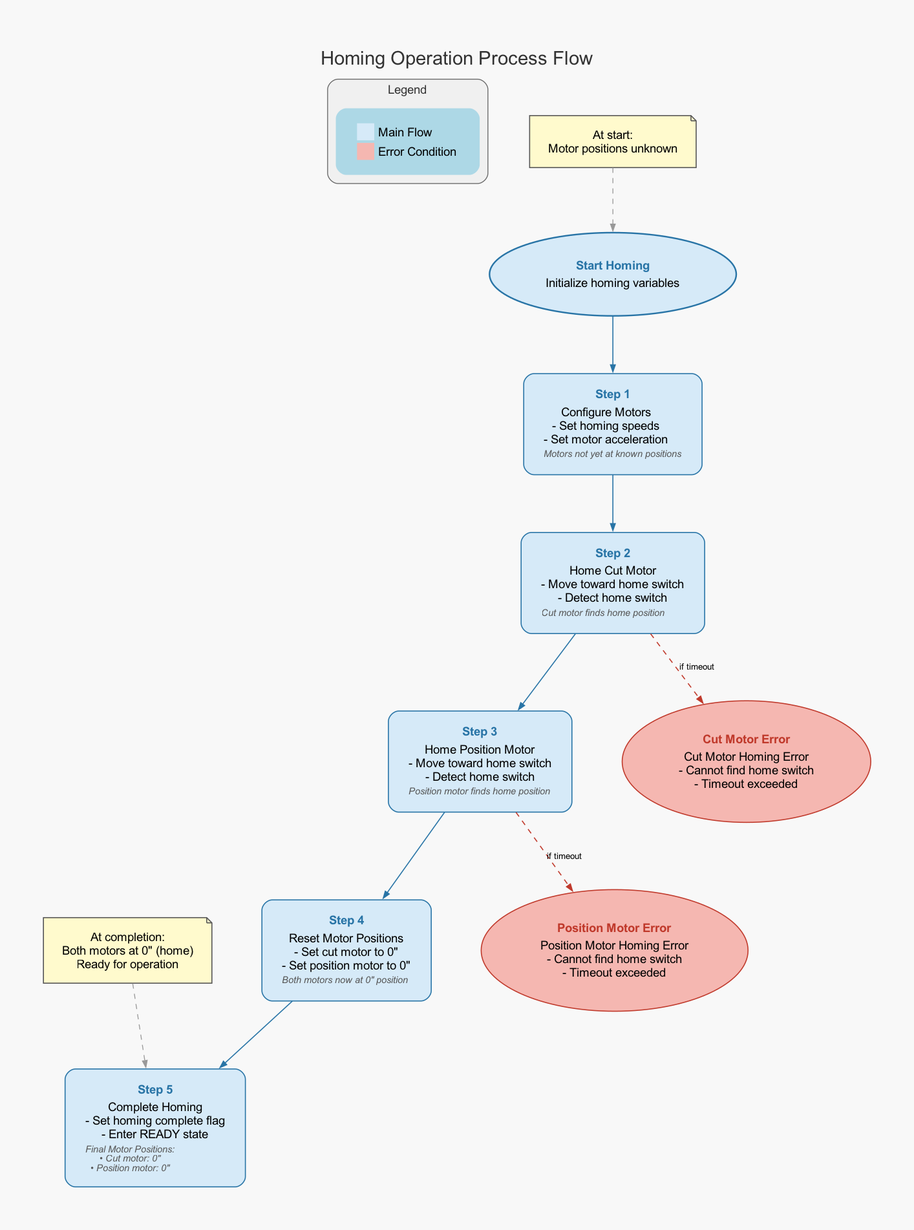
This is flowcharts/homing_process.png from akivaweil/Stage-1-Mar25, a Graphviz export, as it was before one commit. Its source is kept beside it as flowcharts/homing_process.dot. Its diagram source:
```dot
digraph homing_process {
    graph [fontname="Arial", rankdir="TB", splines="polyline", overlap=false, nodesep=0.8, ranksep=0.9, pad=0.7, label="Homing Operation Process Flow", fontsize=22, labelloc="t", bgcolor="#F8F8F8", fontcolor="#333333"];
    node [shape="box", style="rounded,filled", fillcolor="lightblue", fontname="Arial", margin="0.3,0.2", color="#555555", penwidth=1.2];
    edge [fontname="Arial", fontsize=10, color="#777777", penwidth=1.0, arrowsize=0.8];

    subgraph cluster_legend {
        label="Legend";
        style="rounded,filled";
        color="#666666";
        fillcolor="#F0F0F0";
        fontsize=14;
        margin=10;
        rank="sink";

        legend_node [shape=none, label=<<table border="0" cellborder="0" cellspacing="3">
            <tr><td port="main" bgcolor="#D6EAF8" width="20" height="12"></td><td align="left">Main Flow</td></tr>
            <tr><td port="error" bgcolor="#F5B7B1" width="20" height="12"></td><td align="left">Error Condition</td></tr>
        </table>>];
    }

    start [label=<<table border="0" cellborder="0" cellspacing="0"><tr><td><font color="#2874A6" point-size="14"><b>Start Homing</b></font></td></tr><tr><td>Initialize homing variables</td></tr></table>>, shape="oval", fillcolor="#D6EAF8", color="#2874A6", penwidth=1.8];

    config [label=<<table border="0" cellborder="0" cellspacing="0"><tr><td><font color="#2874A6" point-size="14"><b>Step 1</b></font></td></tr><tr><td align="left">Configure Motors<br/>- Set homing speeds<br/>- Set motor acceleration</td></tr><tr><td align="left"><font color="#555555" point-size="11"><i>Motors not yet at known positions</i></font></td></tr></table>>, fillcolor="#D6EAF8", color="#2874A6", penwidth=1.2];

    home_cut [label=<<table border="0" cellborder="0" cellspacing="0"><tr><td><font color="#2874A6" point-size="14"><b>Step 2</b></font></td></tr><tr><td align="left">Home Cut Motor<br/>- Move toward home switch<br/>- Detect home switch</td></tr><tr><td align="left"><font color="#555555" point-size="11"><i>Cut motor finds home position</i></font></td></tr></table>>, fillcolor="#D6EAF8", color="#2874A6", penwidth=1.2];

    home_position [label=<<table border="0" cellborder="0" cellspacing="0"><tr><td><font color="#2874A6" point-size="14"><b>Step 3</b></font></td></tr><tr><td align="left">Home Position Motor<br/>- Move toward home switch<br/>- Detect home switch</td></tr><tr><td align="left"><font color="#555555" point-size="11"><i>Position motor finds home position</i></font></td></tr></table>>, fillcolor="#D6EAF8", color="#2874A6", penwidth=1.2];

    reset_pos [label=<<table border="0" cellborder="0" cellspacing="0"><tr><td><font color="#2874A6" point-size="14"><b>Step 4</b></font></td></tr><tr><td align="left">Reset Motor Positions<br/>- Set cut motor to 0"<br/>- Set position motor to 0"</td></tr><tr><td align="left"><font color="#555555" point-size="11"><i>Both motors now at 0" position</i></font></td></tr></table>>, fillcolor="#D6EAF8", color="#2874A6", penwidth=1.2];

    complete [label=<<table border="0" cellborder="0" cellspacing="0"><tr><td><font color="#2874A6" point-size="14"><b>Step 5</b></font></td></tr><tr><td align="left">Complete Homing<br/>- Set homing complete flag<br/>- Enter READY state</td></tr><tr><td align="left"><font color="#555555" point-size="11"><i>Final Motor Positions:<br/>• Cut motor: 0"<br/>• Position motor: 0"</i></font></td></tr></table>>, fillcolor="#D6EAF8", color="#2874A6", penwidth=1.2];

    cut_error [label=<<table border="0" cellborder="0" cellspacing="0"><tr><td><font color="#C0392B" point-size="14"><b>Cut Motor Error</b></font></td></tr><tr><td align="left">Cut Motor Homing Error<br/>- Cannot find home switch<br/>- Timeout exceeded</td></tr></table>>, shape="oval", fillcolor="#F5B7B1", color="#C0392B", penwidth=1.2];

    position_error [label=<<table border="0" cellborder="0" cellspacing="0"><tr><td><font color="#C0392B" point-size="14"><b>Position Motor Error</b></font></td></tr><tr><td align="left">Position Motor Homing Error<br/>- Cannot find home switch<br/>- Timeout exceeded</td></tr></table>>, shape="oval", fillcolor="#F5B7B1", color="#C0392B", penwidth=1.2];

    start -> config [color="#2874A6", penwidth=1.2];
    config -> home_cut [color="#2874A6", penwidth=1.2];
    home_cut -> home_position [color="#2874A6", penwidth=1.2];
    home_position -> reset_pos [color="#2874A6", penwidth=1.2];
    reset_pos -> complete [color="#2874A6", penwidth=1.2];

    home_cut -> cut_error [style="dashed", label="if timeout", color="#C0392B", penwidth=1.2];
    home_position -> position_error [style="dashed", label="if timeout", color="#C0392B", penwidth=1.2];

    note_start [label="At start:\nMotor positions unknown", shape="note", fillcolor="#FFFACD", color="#555555", style="filled"];
    note_end [label="At completion:\nBoth motors at 0\" (home)\nReady for operation", shape="note", fillcolor="#FFFACD", color="#555555", style="filled"];

    note_start -> start [style="dashed", color="#999999"];
    note_end -> complete [style="dashed", color="#999999"];
}
```
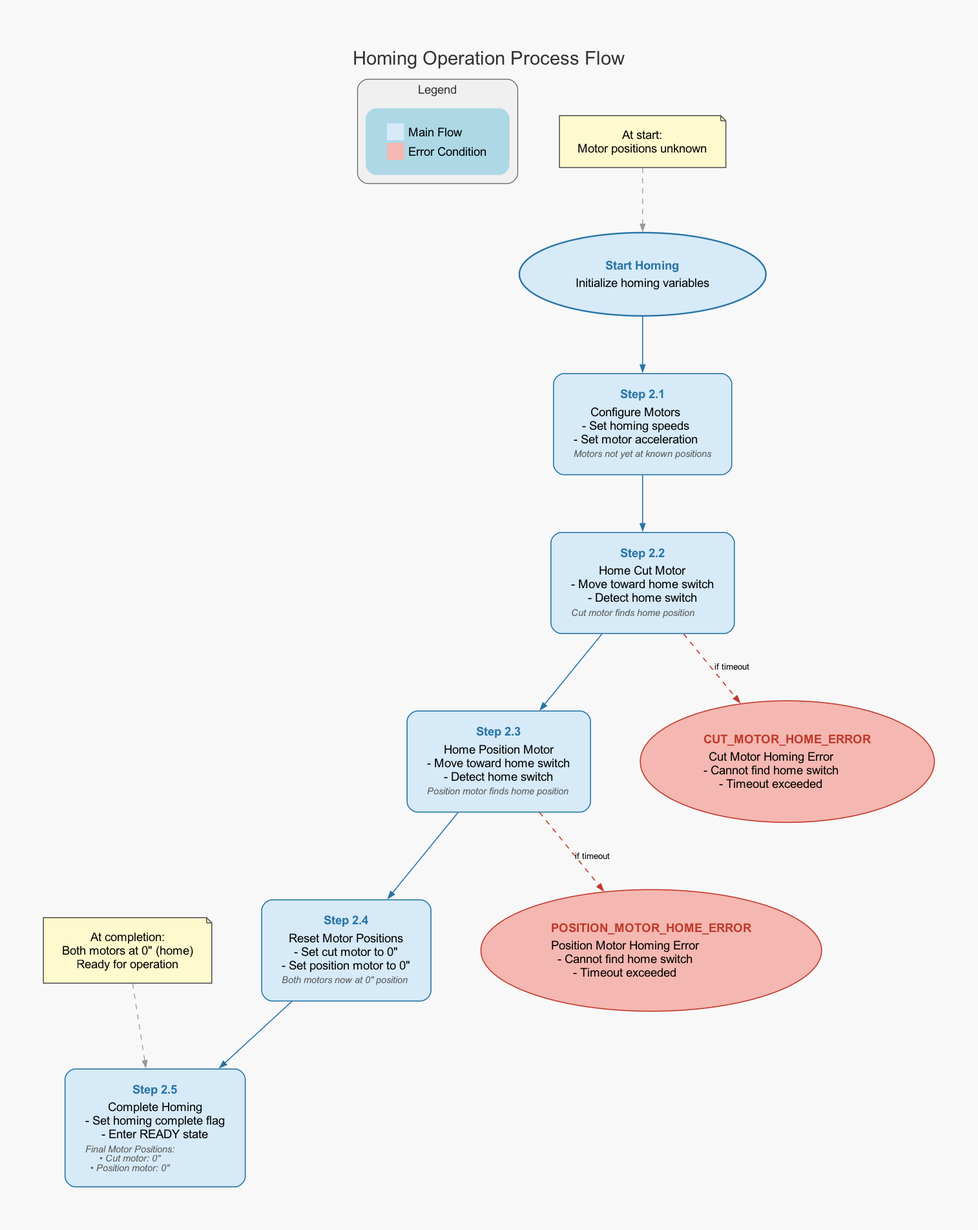
After the commit.

Commit message:
Standardized flowchart state naming and step numbering for consistency across all diagrams

Change to the diagram source:
```diff
@@ -20,19 +20,19 @@
 
     start [label=<<table border="0" cellborder="0" cellspacing="0"><tr><td><font color="#2874A6" point-size="14"><b>Start Homing</b></font></td></tr><tr><td>Initialize homing variables</td></tr></table>>, shape="oval", fillcolor="#D6EAF8", color="#2874A6", penwidth=1.8];
 
-    config [label=<<table border="0" cellborder="0" cellspacing="0"><tr><td><font color="#2874A6" point-size="14"><b>Step 1</b></font></td></tr><tr><td align="left">Configure Motors<br/>- Set homing speeds<br/>- Set motor acceleration</td></tr><tr><td align="left"><font color="#555555" point-size="11"><i>Motors not yet at known positions</i></font></td></tr></table>>, fillcolor="#D6EAF8", color="#2874A6", penwidth=1.2];
+    config [label=<<table border="0" cellborder="0" cellspacing="0"><tr><td><font color="#2874A6" point-size="14"><b>Step 2.1</b></font></td></tr><tr><td align="left">Configure Motors<br/>- Set homing speeds<br/>- Set motor acceleration</td></tr><tr><td align="left"><font color="#555555" point-size="11"><i>Motors not yet at known positions</i></font></td></tr></table>>, fillcolor="#D6EAF8", color="#2874A6", penwidth=1.2];
 
-    home_cut [label=<<table border="0" cellborder="0" cellspacing="0"><tr><td><font color="#2874A6" point-size="14"><b>Step 2</b></font></td></tr><tr><td align="left">Home Cut Motor<br/>- Move toward home switch<br/>- Detect home switch</td></tr><tr><td align="left"><font color="#555555" point-size="11"><i>Cut motor finds home position</i></font></td></tr></table>>, fillcolor="#D6EAF8", color="#2874A6", penwidth=1.2];
+    home_cut [label=<<table border="0" cellborder="0" cellspacing="0"><tr><td><font color="#2874A6" point-size="14"><b>Step 2.2</b></font></td></tr><tr><td align="left">Home Cut Motor<br/>- Move toward home switch<br/>- Detect home switch</td></tr><tr><td align="left"><font color="#555555" point-size="11"><i>Cut motor finds home position</i></font></td></tr></table>>, fillcolor="#D6EAF8", color="#2874A6", penwidth=1.2];
 
-    home_position [label=<<table border="0" cellborder="0" cellspacing="0"><tr><td><font color="#2874A6" point-size="14"><b>Step 3</b></font></td></tr><tr><td align="left">Home Position Motor<br/>- Move toward home switch<br/>- Detect home switch</td></tr><tr><td align="left"><font color="#555555" point-size="11"><i>Position motor finds home position</i></font></td></tr></table>>, fillcolor="#D6EAF8", color="#2874A6", penwidth=1.2];
+    home_position [label=<<table border="0" cellborder="0" cellspacing="0"><tr><td><font color="#2874A6" point-size="14"><b>Step 2.3</b></font></td></tr><tr><td align="left">Home Position Motor<br/>- Move toward home switch<br/>- Detect home switch</td></tr><tr><td align="left"><font color="#555555" point-size="11"><i>Position motor finds home position</i></font></td></tr></table>>, fillcolor="#D6EAF8", color="#2874A6", penwidth=1.2];
 
-    reset_pos [label=<<table border="0" cellborder="0" cellspacing="0"><tr><td><font color="#2874A6" point-size="14"><b>Step 4</b></font></td></tr><tr><td align="left">Reset Motor Positions<br/>- Set cut motor to 0"<br/>- Set position motor to 0"</td></tr><tr><td align="left"><font color="#555555" point-size="11"><i>Both motors now at 0" position</i></font></td></tr></table>>, fillcolor="#D6EAF8", color="#2874A6", penwidth=1.2];
+    reset_pos [label=<<table border="0" cellborder="0" cellspacing="0"><tr><td><font color="#2874A6" point-size="14"><b>Step 2.4</b></font></td></tr><tr><td align="left">Reset Motor Positions<br/>- Set cut motor to 0"<br/>- Set position motor to 0"</td></tr><tr><td align="left"><font color="#555555" point-size="11"><i>Both motors now at 0" position</i></font></td></tr></table>>, fillcolor="#D6EAF8", color="#2874A6", penwidth=1.2];
 
-    complete [label=<<table border="0" cellborder="0" cellspacing="0"><tr><td><font color="#2874A6" point-size="14"><b>Step 5</b></font></td></tr><tr><td align="left">Complete Homing<br/>- Set homing complete flag<br/>- Enter READY state</td></tr><tr><td align="left"><font color="#555555" point-size="11"><i>Final Motor Positions:<br/>• Cut motor: 0"<br/>• Position motor: 0"</i></font></td></tr></table>>, fillcolor="#D6EAF8", color="#2874A6", penwidth=1.2];
+    complete [label=<<table border="0" cellborder="0" cellspacing="0"><tr><td><font color="#2874A6" point-size="14"><b>Step 2.5</b></font></td></tr><tr><td align="left">Complete Homing<br/>- Set homing complete flag<br/>- Enter READY state</td></tr><tr><td align="left"><font color="#555555" point-size="11"><i>Final Motor Positions:<br/>• Cut motor: 0"<br/>• Position motor: 0"</i></font></td></tr></table>>, fillcolor="#D6EAF8", color="#2874A6", penwidth=1.2];
 
-    cut_error [label=<<table border="0" cellborder="0" cellspacing="0"><tr><td><font color="#C0392B" point-size="14"><b>Cut Motor Error</b></font></td></tr><tr><td align="left">Cut Motor Homing Error<br/>- Cannot find home switch<br/>- Timeout exceeded</td></tr></table>>, shape="oval", fillcolor="#F5B7B1", color="#C0392B", penwidth=1.2];
+    cut_error [label=<<table border="0" cellborder="0" cellspacing="0"><tr><td><font color="#C0392B" point-size="14"><b>CUT_MOTOR_HOME_ERROR</b></font></td></tr><tr><td align="left">Cut Motor Homing Error<br/>- Cannot find home switch<br/>- Timeout exceeded</td></tr></table>>, shape="oval", fillcolor="#F5B7B1", color="#C0392B", penwidth=1.2];
 
-    position_error [label=<<table border="0" cellborder="0" cellspacing="0"><tr><td><font color="#C0392B" point-size="14"><b>Position Motor Error</b></font></td></tr><tr><td align="left">Position Motor Homing Error<br/>- Cannot find home switch<br/>- Timeout exceeded</td></tr></table>>, shape="oval", fillcolor="#F5B7B1", color="#C0392B", penwidth=1.2];
+    position_error [label=<<table border="0" cellborder="0" cellspacing="0"><tr><td><font color="#C0392B" point-size="14"><b>POSITION_MOTOR_HOME_ERROR</b></font></td></tr><tr><td align="left">Position Motor Homing Error<br/>- Cannot find home switch<br/>- Timeout exceeded</td></tr></table>>, shape="oval", fillcolor="#F5B7B1", color="#C0392B", penwidth=1.2];
 
     start -> config [color="#2874A6", penwidth=1.2];
     config -> home_cut [color="#2874A6", penwidth=1.2];
```
